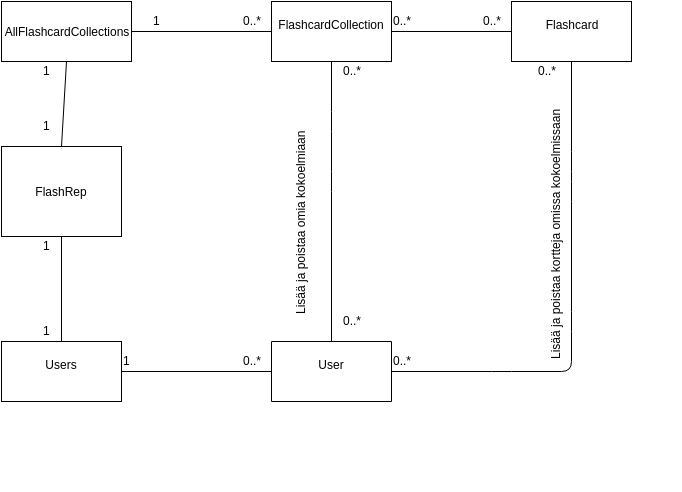
Before: dokumentaatio/MaarittelyvaiheenLuokkakaavio.png, a diagram exported from draw.io (RIR/FlashRep). Source tidied: cells renumbered, new cells last; positions are measured from the earlier drawing's top-left corner, leaving out a move shared by most shapes.
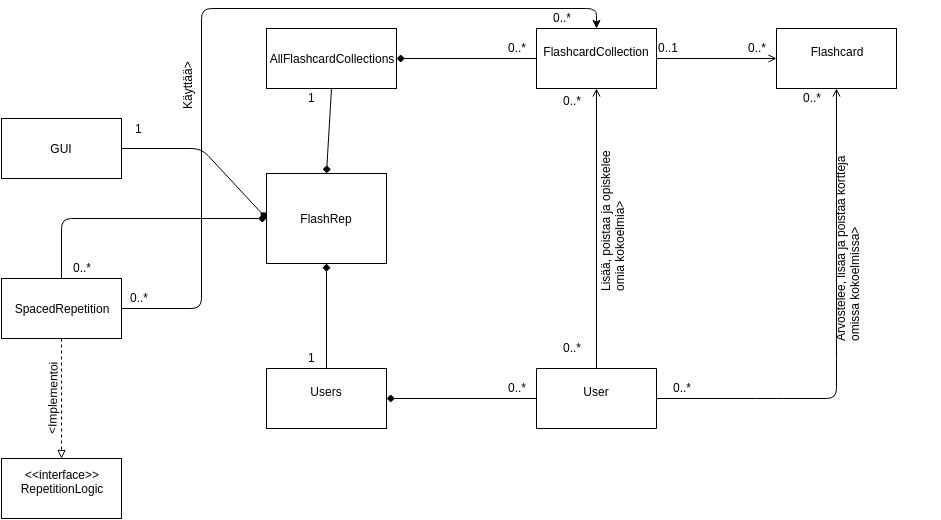
The same file after the commit.

Change to the diagram source:
```diff
@@ -2,45 +2,49 @@
   <root>
     <mxCell id="0" />
     <mxCell id="1" parent="0" />
-    <mxCell id="2" style="edgeStyle=none;html=1;exitX=1;exitY=0.5;entryX=0;entryY=0.5;startFill=0;endArrow=none;endFill=0;" parent="1" edge="1" source="3" target="4">
+    <mxCell id="2" style="edgeStyle=none;html=1;exitX=1;exitY=0.5;entryX=0;entryY=0.5;startFill=0;endArrow=open;endFill=0;" parent="1" edge="1" source="3" target="4">
       <mxGeometry relative="1" as="geometry" />
     </mxCell>
+    <mxCell id="33" style="edgeStyle=none;html=1;exitX=0.5;exitY=0;entryX=1;entryY=0.5;startArrow=classic;startFill=1;endArrow=none;endFill=0;strokeColor=#000000;" parent="1" edge="1" source="3" target="39">
+      <mxGeometry relative="1" as="geometry">
+        <Array as="points">
+          <mxPoint x="330" y="-20" />
+          <mxPoint x="-65" y="-20" />
+          <mxPoint x="-65" y="280" />
+        </Array>
+      </mxGeometry>
+    </mxCell>
     <mxCell id="3" value="FlashcardCollection&lt;div&gt;&lt;br&gt;&lt;/div&gt;" style="whiteSpace=wrap;html=1;" parent="1" vertex="1">
       <mxGeometry x="270" width="120" height="60" as="geometry" />
     </mxCell>
     <mxCell id="4" value="Flashcard&lt;div&gt;&lt;br&gt;&lt;/div&gt;" style="whiteSpace=wrap;html=1;" parent="1" vertex="1">
       <mxGeometry x="510" width="120" height="60" as="geometry" />
     </mxCell>
+    <mxCell id="6" style="edgeStyle=none;html=1;entryX=0.5;entryY=1;startFill=0;endArrow=open;endFill=0;" parent="1" edge="1" target="4">
+      <mxGeometry relative="1" as="geometry">
+        <mxPoint x="390" y="370" as="sourcePoint" />
+        <Array as="points">
+          <mxPoint x="500" y="370" />
+          <mxPoint x="570" y="370" />
+          <mxPoint x="570" y="320" />
+          <mxPoint x="570" y="190" />
+          <mxPoint x="570" y="160" />
+        </Array>
+      </mxGeometry>
+    </mxCell>
-    <mxCell id="5" style="edgeStyle=none;html=1;exitX=0.5;exitY=0;entryX=0.5;entryY=1;startFill=0;endArrow=none;endFill=0;" parent="1" edge="1" source="7" target="3">
-      <mxGeometry relative="1" as="geometry">
-        <Array as="points">
-          <mxPoint x="330" y="180" />
-          <mxPoint x="330" y="120" />
-        </Array>
-      </mxGeometry>
+    <mxCell id="5" style="edgeStyle=none;html=1;exitX=0.5;exitY=1;entryX=0.5;entryY=1;startArrow=none;startFill=0;endArrow=open;endFill=0;strokeColor=#000000;" parent="1" edge="1" source="7" target="3">
+      <mxGeometry relative="1" as="geometry" />
     </mxCell>
-    <mxCell id="6" style="edgeStyle=none;html=1;entryX=0.5;entryY=1;startFill=0;endArrow=none;endFill=0;" parent="1" edge="1" target="4">
-      <mxGeometry relative="1" as="geometry">
-        <mxPoint x="390" y="370" as="sourcePoint" />
-        <Array as="points">
-          <mxPoint x="500" y="370" />
-          <mxPoint x="570" y="370" />
-          <mxPoint x="570" y="320" />
-          <mxPoint x="570" y="190" />
-          <mxPoint x="570" y="160" />
-        </Array>
-      </mxGeometry>
-    </mxCell>
     <mxCell id="7" value="User&lt;div&gt;&lt;br&gt;&lt;/div&gt;" style="whiteSpace=wrap;html=1;direction=west;" parent="1" vertex="1">
       <mxGeometry x="270" y="340" width="120" height="60" as="geometry" />
     </mxCell>
-    <mxCell id="8" style="edgeStyle=none;html=1;exitX=1;exitY=0.5;startFill=0;endArrow=none;endFill=0;" parent="1" edge="1" source="9" target="7">
+    <mxCell id="8" style="edgeStyle=none;html=1;exitX=1;exitY=0.5;startFill=1;endArrow=none;endFill=0;startArrow=diamond;" parent="1" edge="1" source="9" target="7">
       <mxGeometry relative="1" as="geometry" />
     </mxCell>
     <mxCell id="9" value="Users&lt;div&gt;&lt;br&gt;&lt;/div&gt;" style="whiteSpace=wrap;html=1;" parent="1" vertex="1">
       <mxGeometry y="340" width="120" height="60" as="geometry" />
     </mxCell>
-    <mxCell id="10" value="&lt;div&gt;All&lt;span&gt;FlashcardCollections&lt;/span&gt;&lt;/div&gt;" style="whiteSpace=wrap;html=1;" parent="1" vertex="1">
+    <mxCell id="10" value="&lt;div&gt;&lt;span&gt;AllFlashcardCollections&lt;/span&gt;&lt;br&gt;&lt;/div&gt;" style="whiteSpace=wrap;html=1;" parent="1" vertex="1">
       <mxGeometry width="130" height="60" as="geometry" />
     </mxCell>
     <mxCell id="11" style="endArrow=none;html=1;strokeColor=#000000;startArrow=none;startFill=0;endFill=0;exitX=1;exitY=0.5;entryX=0;entryY=0.5;" parent="1" edge="1" target="3">
@@ -48,10 +52,7 @@
         <mxPoint x="269.9" y="29.9" as="sourcePoint" />
       </mxGeometry>
     </mxCell>
-    <mxCell id="12" value="1" style="text;html=1;align=left;verticalAlign=top;spacingTop=-4;" parent="1" vertex="1">
-      <mxGeometry x="150" y="10" width="20" height="20" as="geometry" />
-    </mxCell>
-    <mxCell id="13" style="endArrow=none;html=1;strokeColor=#000000;startArrow=none;startFill=0;endFill=0;exitX=1;exitY=0.5;" parent="1" edge="1" source="10">
+    <mxCell id="13" style="endArrow=none;html=1;strokeColor=#000000;startArrow=diamond;startFill=1;endFill=0;exitX=1;exitY=0.5;" parent="1" edge="1" source="10">
       <mxGeometry relative="1" as="geometry">
         <mxPoint x="270" y="30" as="targetPoint" />
       </mxGeometry>
@@ -59,59 +60,98 @@
     <mxCell id="14" value="0..*" style="text;html=1;align=left;verticalAlign=top;spacingTop=-4;" parent="1" vertex="1">
       <mxGeometry x="240" y="10" width="30" height="20" as="geometry" />
     </mxCell>
-    <mxCell id="15" value="0..*" style="text;html=1;align=left;verticalAlign=top;spacingTop=-4;" parent="1" vertex="1">
-      <mxGeometry x="390" y="10" width="30" height="20" as="geometry" />
+    <mxCell id="15" value="0..1" style="text;html=1;align=left;verticalAlign=top;spacingTop=-4;" parent="1" vertex="1">
+      <mxGeometry x="390" y="10" width="40" height="20" as="geometry" />
     </mxCell>
     <mxCell id="16" value="0..*" style="text;html=1;align=left;verticalAlign=top;spacingTop=-4;" parent="1" vertex="1">
       <mxGeometry x="480" y="10" width="30" height="20" as="geometry" />
     </mxCell>
-    <mxCell id="17" value="0..*" style="text;html=1;align=left;verticalAlign=top;spacingTop=-4;" parent="1" vertex="1">
-      <mxGeometry x="340" y="60" width="30" height="20" as="geometry" />
-    </mxCell>
-    <mxCell id="18" value="Lisää ja poistaa kortteja omissa kokoelmissaan" style="text;html=1;align=left;verticalAlign=top;spacingTop=-4;rotation=-90;" parent="1" vertex="1">
-      <mxGeometry x="420" y="215" width="270" height="20" as="geometry" />
+    <mxCell id="18" value="&lt;span&gt;Arvostelee, lisää ja poistaa kortteja&lt;/span&gt;&lt;div&gt;&lt;span&gt;omissa kokoelmissa&amp;gt;&lt;/span&gt;&lt;/div&gt;" style="text;html=1;align=left;verticalAlign=top;spacingTop=-4;rotation=-90;" parent="1" vertex="1">
+      <mxGeometry x="480" y="200" width="200" height="30" as="geometry" />
     </mxCell>
-    <mxCell id="19" value="Lisää ja poistaa omia kokoelmiaan&lt;div&gt;&lt;br&gt;&lt;/div&gt;" style="text;html=1;align=left;verticalAlign=top;spacingTop=-4;rotation=-90;" parent="1" vertex="1">
-      <mxGeometry x="205" y="200" width="200" height="30" as="geometry" />
-    </mxCell>
     <mxCell id="20" value="0..*" style="text;html=1;align=left;verticalAlign=top;spacingTop=-4;" parent="1" vertex="1">
       <mxGeometry x="535" y="60" width="30" height="20" as="geometry" />
     </mxCell>
-    <mxCell id="21" value="1" style="text;html=1;align=left;verticalAlign=top;spacingTop=-4;" parent="1" vertex="1">
-      <mxGeometry x="120" y="350" width="20" height="20" as="geometry" />
-    </mxCell>
     <mxCell id="22" value="0..*" style="text;html=1;points=[];align=left;verticalAlign=top;spacingTop=-4;" parent="1" vertex="1">
-      <mxGeometry x="390" y="350" width="30" height="20" as="geometry" />
+      <mxGeometry x="405" y="350" width="30" height="20" as="geometry" />
     </mxCell>
-    <mxCell id="23" style="edgeStyle=none;html=1;startFill=0;endArrow=none;endFill=0;exitX=0;exitY=0.5;" parent="1" edge="1" source="7" target="22">
-      <mxGeometry relative="1" as="geometry" />
+    <mxCell id="23" style="edgeStyle=none;html=1;startFill=0;endArrow=none;endFill=0;exitX=0;exitY=0.5;" parent="1" edge="1" source="7">
+      <mxGeometry relative="1" as="geometry">
+        <mxPoint x="390" y="370" as="targetPoint" />
+      </mxGeometry>
     </mxCell>
-    <mxCell id="24" value="0..*" style="text;html=1;align=left;verticalAlign=top;spacingTop=-4;rotation=0;" parent="1" vertex="1">
-      <mxGeometry x="340" y="310" width="30" height="20" as="geometry" />
-    </mxCell>
     <mxCell id="25" value="0..*" style="text;html=1;align=left;verticalAlign=top;spacingTop=-4;rotation=0;" parent="1" vertex="1">
       <mxGeometry x="240" y="350" width="30" height="20" as="geometry" />
     </mxCell>
-    <mxCell id="26" style="edgeStyle=none;html=1;exitX=0.5;exitY=1;entryX=0.5;entryY=0;startFill=0;endArrow=none;endFill=0;" parent="1" edge="1" source="28" target="9">
+    <mxCell id="26" style="edgeStyle=none;html=1;exitX=0.5;exitY=1;entryX=0.5;entryY=0;startFill=1;endArrow=none;endFill=0;startArrow=diamond;" parent="1" edge="1" source="28" target="9">
       <mxGeometry relative="1" as="geometry" />
     </mxCell>
-    <mxCell id="27" style="edgeStyle=none;html=1;exitX=0.5;exitY=0;entryX=0.5;entryY=1;startFill=0;endArrow=none;endFill=0;" parent="1" edge="1" source="28" target="10">
+    <mxCell id="27" style="edgeStyle=none;html=1;exitX=0.5;exitY=0;entryX=0.5;entryY=1;startFill=1;endArrow=none;endFill=0;startArrow=diamond;" parent="1" edge="1" source="28" target="10">
       <mxGeometry relative="1" as="geometry" />
     </mxCell>
+    <mxCell id="34" style="edgeStyle=none;html=1;exitX=0;exitY=0.5;entryX=1;entryY=0.5;startArrow=diamond;startFill=1;endArrow=none;endFill=0;strokeColor=#000000;" parent="1" edge="1" source="28" target="32">
+      <mxGeometry relative="1" as="geometry">
+        <Array as="points">
+          <mxPoint x="-65" y="120" />
+        </Array>
+      </mxGeometry>
+    </mxCell>
+    <mxCell id="35" style="edgeStyle=none;html=1;exitX=0;exitY=0.5;entryX=0.5;entryY=0;startArrow=diamond;startFill=1;endArrow=none;endFill=0;strokeColor=#000000;" parent="1" edge="1" source="28" target="39">
+      <mxGeometry relative="1" as="geometry">
+        <Array as="points">
+          <mxPoint x="-205" y="190" />
+        </Array>
+      </mxGeometry>
+    </mxCell>
     <mxCell id="28" value="FlashRep" style="whiteSpace=wrap;html=1;" parent="1" vertex="1">
       <mxGeometry y="145" width="120" height="90" as="geometry" />
     </mxCell>
     <mxCell id="29" value="1" style="text;html=1;align=left;verticalAlign=top;spacingTop=-4;rotation=0;" parent="1" vertex="1">
       <mxGeometry x="40" y="320" width="20" height="20" as="geometry" />
     </mxCell>
-    <mxCell id="30" value="1&lt;div&gt;&lt;br&gt;&lt;/div&gt;" style="text;html=1;align=left;verticalAlign=top;spacingTop=-4;rotation=0;" parent="1" vertex="1">
-      <mxGeometry x="40" y="115" width="20" height="30" as="geometry" />
-    </mxCell>
     <mxCell id="31" value="1&lt;div&gt;&lt;br&gt;&lt;/div&gt;" style="text;html=1;align=left;verticalAlign=top;spacingTop=-4;rotation=0;" parent="1" vertex="1">
       <mxGeometry x="40" y="60" width="20" height="30" as="geometry" />
     </mxCell>
-    <mxCell id="32" value="1&lt;div&gt;&lt;br&gt;&lt;/div&gt;" style="text;html=1;points=[];align=left;verticalAlign=top;spacingTop=-4;rotation=0;" parent="1" vertex="1">
-      <mxGeometry x="40" y="235" width="20" height="30" as="geometry" />
+    <mxCell id="32" value="GUI" style="whiteSpace=wrap;html=1;" parent="1" vertex="1">
+      <mxGeometry x="-265" y="90" width="120" height="60" as="geometry" />
     </mxCell>
+    <mxCell id="36" value="1" style="text;html=1;align=left;verticalAlign=top;spacingTop=-4;" parent="1" vertex="1">
+      <mxGeometry x="-133" y="91" width="20" height="20" as="geometry" />
+    </mxCell>
+    <mxCell id="37" style="edgeStyle=none;html=1;exitX=0.5;exitY=1;entryX=0.5;entryY=0;startArrow=none;startFill=0;endArrow=block;endFill=0;strokeColor=#000000;dashed=1;" parent="1" edge="1" source="39" target="40">
+      <mxGeometry relative="1" as="geometry" />
+    </mxCell>
+    <mxCell id="38" value="&amp;lt;Implementoi" style="text;html=1;align=center;verticalAlign=middle;labelBackgroundColor=#ffffff;rotation=-89;" parent="37" vertex="1">
+      <mxGeometry y="6" relative="1" as="geometry">
+        <mxPoint x="-16" as="offset" />
+      </mxGeometry>
+    </mxCell>
+    <mxCell id="39" value="SpacedRepetition" style="whiteSpace=wrap;html=1;" parent="1" vertex="1">
+      <mxGeometry x="-265" y="250" width="120" height="60" as="geometry" />
+    </mxCell>
+    <mxCell id="40" value="&amp;lt;&amp;lt;interface&amp;gt;&amp;gt;&lt;div&gt;RepetitionLogic&lt;div&gt;&lt;br&gt;&lt;/div&gt;&lt;/div&gt;" style="whiteSpace=wrap;html=1;" parent="1" vertex="1">
+      <mxGeometry x="-265" y="430" width="120" height="60" as="geometry" />
+    </mxCell>
+    <mxCell id="41" value="0..*&lt;div&gt;&lt;br&gt;&lt;/div&gt;" style="text;html=1;align=left;verticalAlign=top;spacingTop=-4;" parent="1" vertex="1">
+      <mxGeometry x="-195" y="230" width="30" height="30" as="geometry" />
+    </mxCell>
+    <mxCell id="42" value="0..*" style="text;html=1;align=left;verticalAlign=top;spacingTop=-4;" parent="1" vertex="1">
+      <mxGeometry x="285" y="-20" width="30" height="20" as="geometry" />
+    </mxCell>
+    <mxCell id="43" value="0..*" style="text;html=1;align=left;verticalAlign=top;spacingTop=-4;" parent="1" vertex="1">
+      <mxGeometry x="-138" y="260" width="30" height="20" as="geometry" />
+    </mxCell>
+    <mxCell id="44" value="Käyttää&amp;gt;" style="text;html=1;align=left;verticalAlign=top;spacingTop=-4;rotation=-90;" parent="1" vertex="1">
+      <mxGeometry x="-108" y="43" width="60" height="20" as="geometry" />
+    </mxCell>
+    <mxCell id="45" value="&lt;span&gt;Lisää, poistaa ja opiskelee&amp;nbsp;&lt;/span&gt;&lt;div&gt;&lt;span&gt;omia kokoelmia&amp;gt;&lt;/span&gt;&lt;/div&gt;" style="text;html=1;align=left;verticalAlign=top;spacingTop=-4;rotation=-90;" parent="1" vertex="1">
+      <mxGeometry x="265" y="170" width="160" height="30" as="geometry" />
+    </mxCell>
+    <mxCell id="46" value="0..*" style="text;html=1;align=left;verticalAlign=top;spacingTop=-4;" parent="1" vertex="1">
+      <mxGeometry x="295" y="310" width="30" height="20" as="geometry" />
+    </mxCell>
+    <mxCell id="47" value="0..*" style="text;html=1;align=left;verticalAlign=top;spacingTop=-4;" parent="1" vertex="1">
+      <mxGeometry x="295" y="63" width="30" height="20" as="geometry" />
+    </mxCell>
   </root>
 </mxGraphModel>
```
